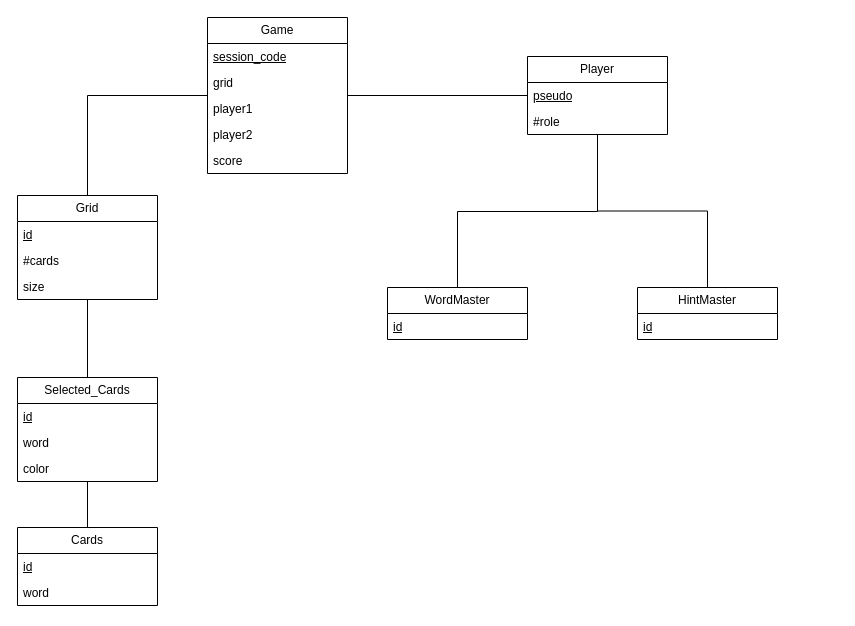
Above: DiagrammePolynames.drawio in Pumchh/PolyNames (draw.io), before the change. Source tidied: cells renumbered, new cells numbered last; positions are measured from the earlier drawing's top-left corner, leaving out a move shared by most shapes. Both pictures are drawn from the tidied source at 100%, with x=0, y=0 at pixel (17, 17).
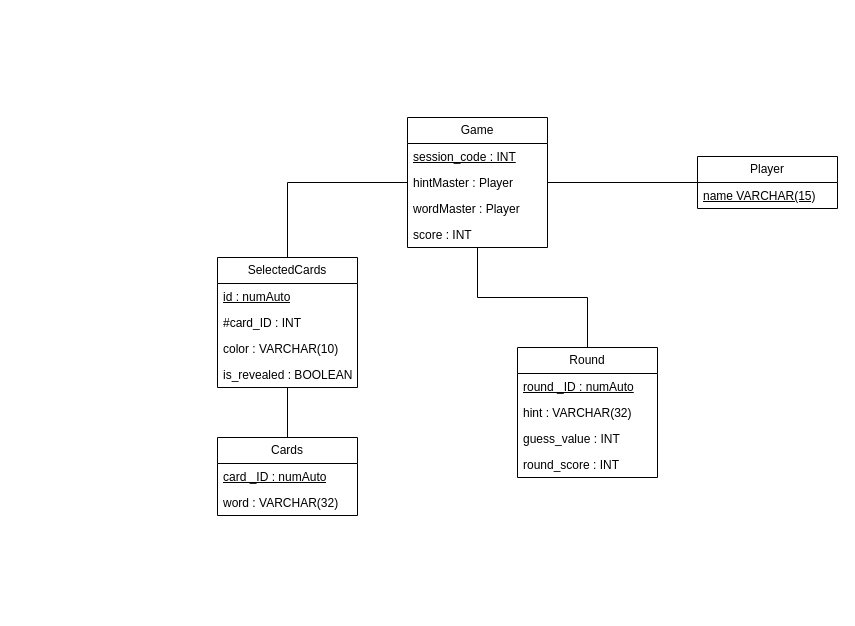
The same page after the edit.

Commit message:
Mise à jour DiagrammePolynames.drawio

The edit, as a diff of the source:
```diff
@@
-    <mxCell id="2" style="edgeStyle=orthogonalEdgeStyle;rounded=0;jettySize=auto;html=1;endArrow=none;endFill=0;" parent="1" edge="1" source="4" target="18">
-      <mxGeometry relative="1" as="geometry" />
-    </mxCell>
@@
     <mxCell id="4" value="Game" style="swimlane;fontStyle=0;horizontal=1;startSize=26;fillColor=none;whiteSpace=wrap;html=1;" parent="1" vertex="1">
-      <mxGeometry x="190" width="140" height="156" as="geometry" />
+      <mxGeometry x="390" y="100" width="140" height="130" as="geometry" />
     </mxCell>
-    <mxCell id="5" value="&lt;u&gt;session_code&lt;/u&gt;" style="text;strokeColor=none;fillColor=none;align=left;verticalAlign=top;spacingLeft=4;spacingRight=4;overflow=hidden;whiteSpace=wrap;html=1;" parent="4" vertex="1">
+    <mxCell id="5" value="&lt;u&gt;session_code : INT&lt;/u&gt;" style="text;strokeColor=none;fillColor=none;align=left;verticalAlign=top;spacingLeft=4;spacingRight=4;overflow=hidden;whiteSpace=wrap;html=1;" parent="4" vertex="1">
       <mxGeometry y="26" width="140" height="26" as="geometry" />
     </mxCell>
-    <mxCell id="6" value="grid" style="text;strokeColor=none;fillColor=none;align=left;verticalAlign=top;spacingLeft=4;spacingRight=4;overflow=hidden;whiteSpace=wrap;html=1;" parent="4" vertex="1">
-      <mxGeometry y="52" width="140" height="26" as="geometry" />
-    </mxCell>
-    <mxCell id="7" value="player1" style="text;strokeColor=none;fillColor=none;align=left;verticalAlign=top;spacingLeft=4;spacingRight=4;overflow=hidden;whiteSpace=wrap;html=1;" parent="4" vertex="1">
-      <mxGeometry y="78" width="140" height="26" as="geometry" />
+    <mxCell id="7" value="hintMaster : Player" style="text;strokeColor=none;fillColor=none;align=left;verticalAlign=top;spacingLeft=4;spacingRight=4;overflow=hidden;whiteSpace=wrap;html=1;" parent="4" vertex="1">
+      <mxGeometry y="52" width="140" height="26" as="geometry" />
     </mxCell>
-    <mxCell id="8" value="player2" style="text;strokeColor=none;fillColor=none;align=left;verticalAlign=top;spacingLeft=4;spacingRight=4;overflow=hidden;whiteSpace=wrap;html=1;" parent="4" vertex="1">
-      <mxGeometry y="104" width="140" height="26" as="geometry" />
+    <mxCell id="8" value="wordMaster : Player" style="text;strokeColor=none;fillColor=none;align=left;verticalAlign=top;spacingLeft=4;spacingRight=4;overflow=hidden;whiteSpace=wrap;html=1;" parent="4" vertex="1">
+      <mxGeometry y="78" width="140" height="26" as="geometry" />
     </mxCell>
-    <mxCell id="9" value="score" style="text;strokeColor=none;fillColor=none;align=left;verticalAlign=top;spacingLeft=4;spacingRight=4;overflow=hidden;whiteSpace=wrap;html=1;" parent="4" vertex="1">
-      <mxGeometry y="130" width="140" height="26" as="geometry" />
+    <mxCell id="9" value="score : INT" style="text;strokeColor=none;fillColor=none;align=left;verticalAlign=top;spacingLeft=4;spacingRight=4;overflow=hidden;whiteSpace=wrap;html=1;" parent="4" vertex="1">
+      <mxGeometry y="104" width="140" height="26" as="geometry" />
     </mxCell>
-    <mxCell id="10" style="edgeStyle=orthogonalEdgeStyle;rounded=0;jettySize=auto;html=1;endArrow=none;endFill=0;" parent="1" edge="1" source="12" target="15">
-      <mxGeometry relative="1" as="geometry">
-        <Array as="points">
-          <mxPoint x="580" y="194" />
-          <mxPoint x="440" y="194" />
-        </Array>
-      </mxGeometry>
-    </mxCell>
-    <mxCell id="11" style="edgeStyle=orthogonalEdgeStyle;rounded=0;jettySize=auto;html=1;endArrow=none;endFill=0;" parent="1" edge="1" source="12" target="26">
-      <mxGeometry relative="1" as="geometry" />
-    </mxCell>
     <mxCell id="12" value="Player" style="swimlane;fontStyle=0;horizontal=1;startSize=26;fillColor=none;whiteSpace=wrap;html=1;" parent="1" vertex="1">
-      <mxGeometry x="510" y="39" width="140" height="78" as="geometry" />
+      <mxGeometry x="680" y="139" width="140" height="52" as="geometry" />
     </mxCell>
-    <mxCell id="13" value="&lt;u&gt;pseudo&lt;/u&gt;" style="text;strokeColor=none;fillColor=none;align=left;verticalAlign=top;spacingLeft=4;spacingRight=4;overflow=hidden;whiteSpace=wrap;html=1;" parent="12" vertex="1">
+    <mxCell id="13" value="&lt;u&gt;name VARCHAR(15)&lt;/u&gt;" style="text;strokeColor=none;fillColor=none;align=left;verticalAlign=top;spacingLeft=4;spacingRight=4;overflow=hidden;whiteSpace=wrap;html=1;" parent="12" vertex="1">
       <mxGeometry y="26" width="140" height="26" as="geometry" />
     </mxCell>
-    <mxCell id="14" value="#role" style="text;strokeColor=none;fillColor=none;align=left;verticalAlign=top;spacingLeft=4;spacingRight=4;overflow=hidden;whiteSpace=wrap;html=1;" parent="12" vertex="1">
-      <mxGeometry y="52" width="140" height="26" as="geometry" />
-    </mxCell>
-    <mxCell id="15" value="WordMaster" style="swimlane;fontStyle=0;horizontal=1;startSize=26;fillColor=none;whiteSpace=wrap;html=1;" parent="1" vertex="1">
-      <mxGeometry x="370" y="270" width="140" height="52" as="geometry" />
-    </mxCell>
-    <mxCell id="16" value="&lt;u&gt;id&lt;/u&gt;" style="text;strokeColor=none;fillColor=none;align=left;verticalAlign=top;spacingLeft=4;spacingRight=4;overflow=hidden;whiteSpace=wrap;html=1;" parent="15" vertex="1">
-      <mxGeometry y="26" width="140" height="26" as="geometry" />
-    </mxCell>
-    <mxCell id="17" style="edgeStyle=orthogonalEdgeStyle;rounded=0;jettySize=auto;html=1;endArrow=none;endFill=0;" parent="1" edge="1" source="18" target="22">
-      <mxGeometry relative="1" as="geometry" />
-    </mxCell>
-    <mxCell id="18" value="Grid" style="swimlane;fontStyle=0;horizontal=1;startSize=26;fillColor=none;whiteSpace=wrap;html=1;" parent="1" vertex="1">
-      <mxGeometry y="178" width="140" height="104" as="geometry" />
-    </mxCell>
-    <mxCell id="19" value="&lt;u&gt;id&lt;/u&gt;" style="text;strokeColor=none;fillColor=none;align=left;verticalAlign=top;spacingLeft=4;spacingRight=4;overflow=hidden;whiteSpace=wrap;html=1;" parent="18" vertex="1">
-      <mxGeometry y="26" width="140" height="26" as="geometry" />
-    </mxCell>
-    <mxCell id="20" value="#cards" style="text;strokeColor=none;fillColor=none;align=left;verticalAlign=top;spacingLeft=4;spacingRight=4;overflow=hidden;whiteSpace=wrap;html=1;" parent="18" vertex="1">
-      <mxGeometry y="52" width="140" height="26" as="geometry" />
-    </mxCell>
-    <mxCell id="21" value="size" style="text;strokeColor=none;fillColor=none;align=left;verticalAlign=top;spacingLeft=4;spacingRight=4;overflow=hidden;whiteSpace=wrap;html=1;" parent="18" vertex="1">
-      <mxGeometry y="78" width="140" height="26" as="geometry" />
-    </mxCell>
+    <mxCell id="32" style="rounded=0;jettySize=auto;html=1;edgeStyle=orthogonalEdgeStyle;endArrow=none;endFill=0;" parent="1" edge="1" source="22" target="4">
+      <mxGeometry relative="1" as="geometry">
+        <Array as="points">
+          <mxPoint x="270" y="165" />
+        </Array>
+      </mxGeometry>
+    </mxCell>
-    <mxCell id="22" value="Selec&lt;span style=&quot;border-color: var(--border-color); background-color: initial;&quot;&gt;ted_Cards&lt;/span&gt;" style="swimlane;fontStyle=0;horizontal=1;startSize=26;fillColor=none;whiteSpace=wrap;html=1;" parent="1" vertex="1">
-      <mxGeometry y="360" width="140" height="104" as="geometry" />
+    <mxCell id="22" value="Selec&lt;span style=&quot;border-color: var(--border-color); background-color: initial;&quot;&gt;tedCards&lt;/span&gt;" style="swimlane;fontStyle=0;horizontal=1;startSize=26;fillColor=none;whiteSpace=wrap;html=1;" parent="1" vertex="1">
+      <mxGeometry x="200" y="240" width="140" height="130" as="geometry" />
     </mxCell>
-    <mxCell id="23" value="&lt;u&gt;id&lt;/u&gt;" style="text;strokeColor=none;fillColor=none;align=left;verticalAlign=top;spacingLeft=4;spacingRight=4;overflow=hidden;whiteSpace=wrap;html=1;" parent="22" vertex="1">
+    <mxCell id="23" value="&lt;u&gt;id : numAuto&lt;/u&gt;" style="text;strokeColor=none;fillColor=none;align=left;verticalAlign=top;spacingLeft=4;spacingRight=4;overflow=hidden;whiteSpace=wrap;html=1;" parent="22" vertex="1">
       <mxGeometry y="26" width="140" height="26" as="geometry" />
     </mxCell>
-    <mxCell id="24" value="word" style="text;strokeColor=none;fillColor=none;align=left;verticalAlign=top;spacingLeft=4;spacingRight=4;overflow=hidden;whiteSpace=wrap;html=1;" parent="22" vertex="1">
+    <mxCell id="24" value="#card_ID : INT" style="text;strokeColor=none;fillColor=none;align=left;verticalAlign=top;spacingLeft=4;spacingRight=4;overflow=hidden;whiteSpace=wrap;html=1;" parent="22" vertex="1">
       <mxGeometry y="52" width="140" height="26" as="geometry" />
     </mxCell>
-    <mxCell id="25" value="color" style="text;strokeColor=none;fillColor=none;align=left;verticalAlign=top;spacingLeft=4;spacingRight=4;overflow=hidden;whiteSpace=wrap;html=1;" parent="22" vertex="1">
+    <mxCell id="25" value="color : VARCHAR(10)" style="text;strokeColor=none;fillColor=none;align=left;verticalAlign=top;spacingLeft=4;spacingRight=4;overflow=hidden;whiteSpace=wrap;html=1;" parent="22" vertex="1">
       <mxGeometry y="78" width="140" height="26" as="geometry" />
     </mxCell>
-    <mxCell id="26" value="HintMaster" style="swimlane;fontStyle=0;horizontal=1;startSize=26;fillColor=none;whiteSpace=wrap;html=1;" parent="1" vertex="1">
-      <mxGeometry x="620" y="270" width="140" height="52" as="geometry" />
-    </mxCell>
-    <mxCell id="27" value="&lt;u style=&quot;&quot;&gt;id&lt;/u&gt;" style="text;strokeColor=none;fillColor=none;align=left;verticalAlign=top;spacingLeft=4;spacingRight=4;overflow=hidden;whiteSpace=wrap;html=1;" parent="26" vertex="1">
-      <mxGeometry y="26" width="140" height="26" as="geometry" />
-    </mxCell>
+    <mxCell id="33" value="is_revealed : BOOLEAN" style="text;strokeColor=none;fillColor=none;align=left;verticalAlign=top;spacingLeft=4;spacingRight=4;overflow=hidden;whiteSpace=wrap;html=1;" parent="22" vertex="1">
+      <mxGeometry y="104" width="140" height="26" as="geometry" />
+    </mxCell>
@@
     <mxCell id="29" value="&lt;span style=&quot;background-color: initial;&quot;&gt;Cards&lt;/span&gt;" style="swimlane;fontStyle=0;horizontal=1;startSize=26;fillColor=none;whiteSpace=wrap;html=1;" parent="1" vertex="1">
-      <mxGeometry y="510" width="140" height="78" as="geometry" />
+      <mxGeometry x="200" y="420" width="140" height="78" as="geometry" />
     </mxCell>
-    <mxCell id="30" value="&lt;u&gt;id&lt;/u&gt;" style="text;strokeColor=none;fillColor=none;align=left;verticalAlign=top;spacingLeft=4;spacingRight=4;overflow=hidden;whiteSpace=wrap;html=1;" parent="29" vertex="1">
+    <mxCell id="30" value="&lt;u&gt;card _ID : numAuto&lt;/u&gt;" style="text;strokeColor=none;fillColor=none;align=left;verticalAlign=top;spacingLeft=4;spacingRight=4;overflow=hidden;whiteSpace=wrap;html=1;" parent="29" vertex="1">
       <mxGeometry y="26" width="140" height="26" as="geometry" />
     </mxCell>
-    <mxCell id="31" value="word" style="text;strokeColor=none;fillColor=none;align=left;verticalAlign=top;spacingLeft=4;spacingRight=4;overflow=hidden;whiteSpace=wrap;html=1;" parent="29" vertex="1">
+    <mxCell id="31" value="word : VARCHAR(32)" style="text;strokeColor=none;fillColor=none;align=left;verticalAlign=top;spacingLeft=4;spacingRight=4;overflow=hidden;whiteSpace=wrap;html=1;" parent="29" vertex="1">
       <mxGeometry y="52" width="140" height="26" as="geometry" />
     </mxCell>
+    <mxCell id="34" style="edgeStyle=orthogonalEdgeStyle;rounded=0;jettySize=auto;html=1;endArrow=none;endFill=0;" parent="1" edge="1" source="35" target="4">
+      <mxGeometry relative="1" as="geometry" />
+    </mxCell>
+    <mxCell id="35" value="&lt;span style=&quot;background-color: initial;&quot;&gt;Round&lt;/span&gt;" style="swimlane;fontStyle=0;horizontal=1;startSize=26;fillColor=none;whiteSpace=wrap;html=1;" parent="1" vertex="1">
+      <mxGeometry x="500" y="330" width="140" height="130" as="geometry" />
+    </mxCell>
+    <mxCell id="36" value="&lt;u&gt;round _ID : numAuto&lt;/u&gt;" style="text;strokeColor=none;fillColor=none;align=left;verticalAlign=top;spacingLeft=4;spacingRight=4;overflow=hidden;whiteSpace=wrap;html=1;" parent="35" vertex="1">
+      <mxGeometry y="26" width="140" height="26" as="geometry" />
+    </mxCell>
+    <mxCell id="37" value="hint : VARCHAR(32)" style="text;strokeColor=none;fillColor=none;align=left;verticalAlign=top;spacingLeft=4;spacingRight=4;overflow=hidden;whiteSpace=wrap;html=1;" parent="35" vertex="1">
+      <mxGeometry y="52" width="140" height="26" as="geometry" />
+    </mxCell>
+    <mxCell id="38" value="guess_value : INT" style="text;strokeColor=none;fillColor=none;align=left;verticalAlign=top;spacingLeft=4;spacingRight=4;overflow=hidden;whiteSpace=wrap;html=1;" parent="35" vertex="1">
+      <mxGeometry y="78" width="140" height="26" as="geometry" />
+    </mxCell>
+    <mxCell id="39" value="round_score : INT" style="text;strokeColor=none;fillColor=none;align=left;verticalAlign=top;spacingLeft=4;spacingRight=4;overflow=hidden;whiteSpace=wrap;html=1;" parent="35" vertex="1">
+      <mxGeometry y="104" width="140" height="26" as="geometry" />
+    </mxCell>
```
